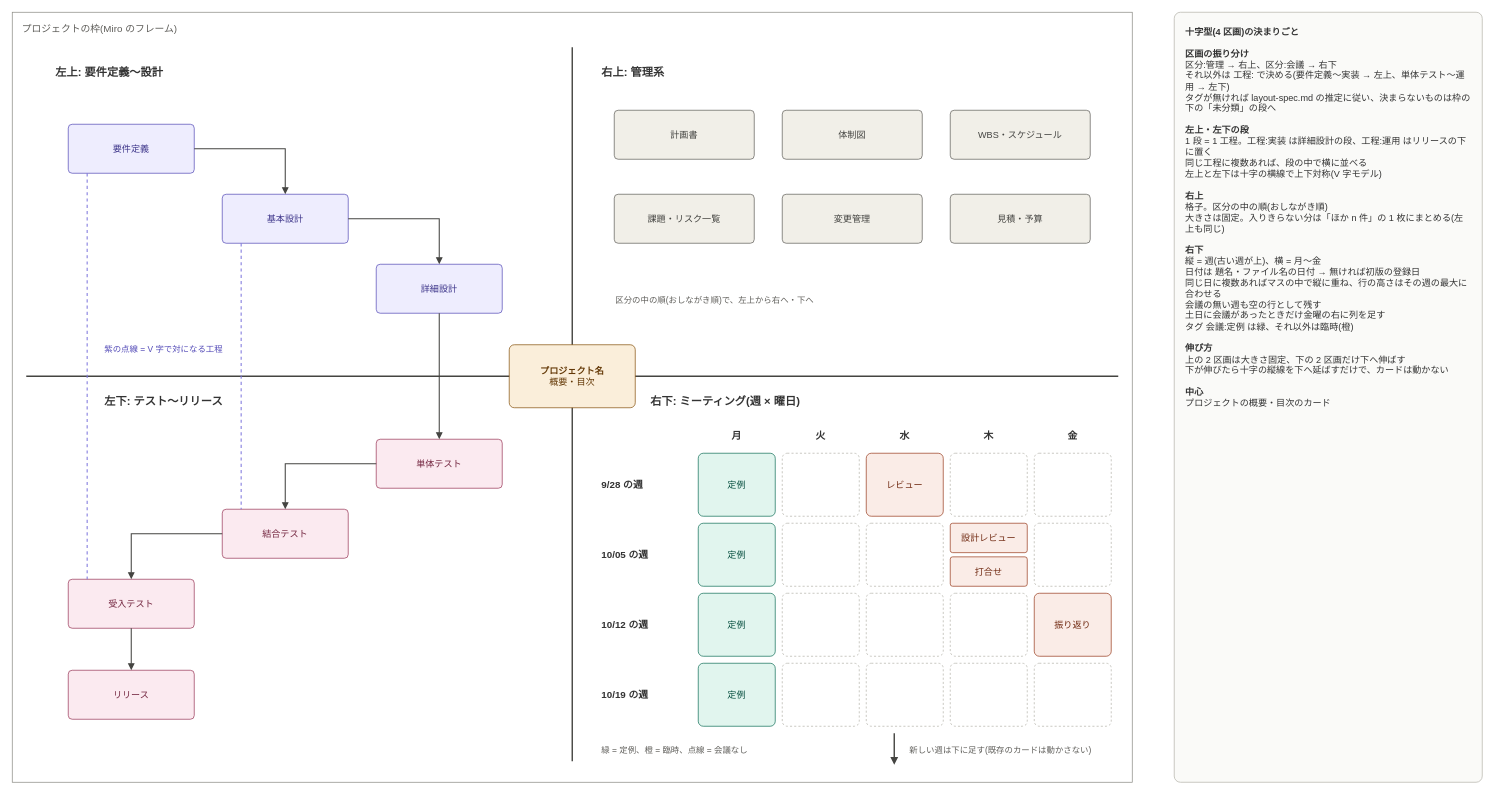
EARCE9000/document-manager keeps this draw.io diagram as page "採用: 十字型(4区画)" (4 of 12) of docs/miro-layouts/miro-layouts.drawio. Above is the earlier version. Source tidied: cells renumbered, new cells numbered last; positions are measured from the earlier drawing's top-left corner, leaving out a move shared by most shapes. Both pictures are drawn from the tidied source at 70%, with x=0, y=0 at pixel (12, 12).
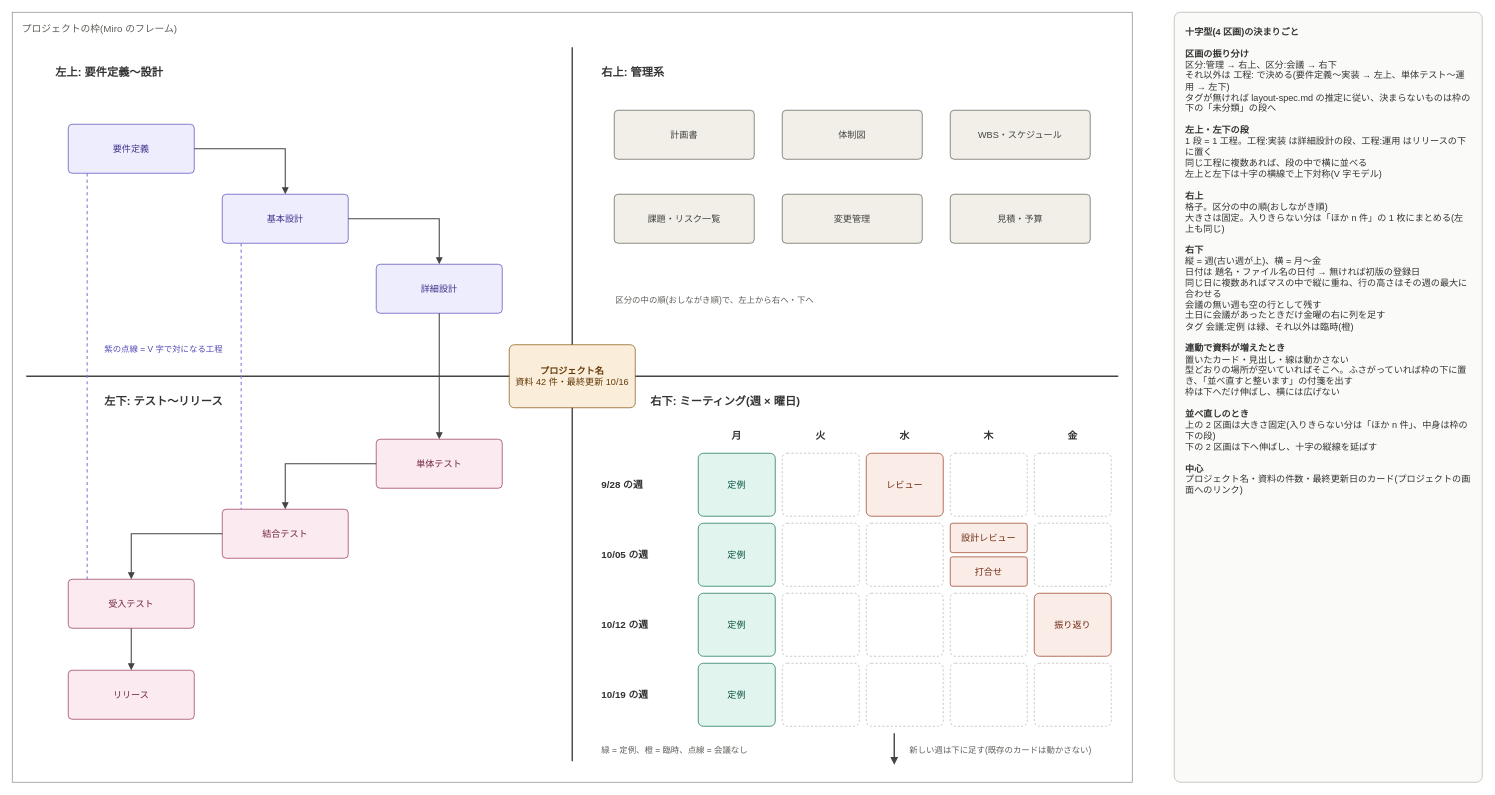
After the change.

What changed in the source:
```diff
@@
-    <mxCell id="65" value="&lt;b&gt;プロジェクト名&lt;/b&gt;&lt;br&gt;概要・目次" style="rounded=1;arcSize=8;whiteSpace=wrap;html=1;fillColor=#FAEEDA;strokeColor=#854F0B;fontColor=#633806;fontSize=13;" parent="1" vertex="1">
+    <mxCell id="65" value="&lt;b&gt;プロジェクト名&lt;/b&gt;&lt;br&gt;資料 42 件・最終更新 10/16" style="rounded=1;arcSize=8;whiteSpace=wrap;html=1;fillColor=#FAEEDA;strokeColor=#854F0B;fontColor=#633806;fontSize=13;" parent="1" vertex="1">
       <mxGeometry x="710" y="475" width="180" height="90" as="geometry" />
     </mxCell>
-    <mxCell id="66" value="&lt;b&gt;十字型(4 区画)の決まりごと&lt;/b&gt;&lt;br&gt;&lt;br&gt;&lt;b&gt;区画の振り分け&lt;/b&gt;&lt;br&gt;区分:管理 → 右上、区分:会議 → 右下&lt;br&gt;それ以外は 工程: で決める(要件定義〜実装 → 左上、単体テスト〜運用 → 左下)&lt;br&gt;タグが無ければ layout-spec.md の推定に従い、決まらないものは枠の下の「未分類」の段へ&lt;br&gt;&lt;br&gt;&lt;b&gt;左上・左下の段&lt;/b&gt;&lt;br&gt;1 段 = 1 工程。工程:実装 は詳細設計の段、工程:運用 はリリースの下に置く&lt;br&gt;同じ工程に複数あれば、段の中で横に並べる&lt;br&gt;左上と左下は十字の横線で上下対称(V 字モデル)&lt;br&gt;&lt;br&gt;&lt;b&gt;右上&lt;/b&gt;&lt;br&gt;格子。区分の中の順(おしながき順)&lt;br&gt;大きさは固定。入りきらない分は「ほか n 件」の 1 枚にまとめる(左上も同じ)&lt;br&gt;&lt;br&gt;&lt;b&gt;右下&lt;/b&gt;&lt;br&gt;縦 = 週(古い週が上)、横 = 月〜金&lt;br&gt;日付は 題名・ファイル名の日付 → 無ければ初版の登録日&lt;br&gt;同じ日に複数あればマスの中で縦に重ね、行の高さはその週の最大に合わせる&lt;br&gt;会議の無い週も空の行として残す&lt;br&gt;土日に会議があったときだけ金曜の右に列を足す&lt;br&gt;タグ 会議:定例 は緑、それ以外は臨時(橙)&lt;br&gt;&lt;br&gt;&lt;b&gt;伸び方&lt;/b&gt;&lt;br&gt;上の 2 区画は大きさ固定、下の 2 区画だけ下へ伸ばす&lt;br&gt;下が伸びたら十字の縦線を下へ延ばすだけで、カードは動かない&lt;br&gt;&lt;br&gt;&lt;b&gt;中心&lt;/b&gt;&lt;br&gt;プロジェクトの概要・目次のカード" style="rounded=1;arcSize=2;whiteSpace=wrap;html=1;align=left;verticalAlign=top;spacing=16;fillColor=#FAFAF8;strokeColor=#B4B2A9;fontSize=13;fontColor=#333333;" parent="1" vertex="1">
+    <mxCell id="66" value="&lt;b&gt;十字型(4 区画)の決まりごと&lt;/b&gt;&lt;br&gt;&lt;br&gt;&lt;b&gt;区画の振り分け&lt;/b&gt;&lt;br&gt;区分:管理 → 右上、区分:会議 → 右下&lt;br&gt;それ以外は 工程: で決める(要件定義〜実装 → 左上、単体テスト〜運用 → 左下)&lt;br&gt;タグが無ければ layout-spec.md の推定に従い、決まらないものは枠の下の「未分類」の段へ&lt;br&gt;&lt;br&gt;&lt;b&gt;左上・左下の段&lt;/b&gt;&lt;br&gt;1 段 = 1 工程。工程:実装 は詳細設計の段、工程:運用 はリリースの下に置く&lt;br&gt;同じ工程に複数あれば、段の中で横に並べる&lt;br&gt;左上と左下は十字の横線で上下対称(V 字モデル)&lt;br&gt;&lt;br&gt;&lt;b&gt;右上&lt;/b&gt;&lt;br&gt;格子。区分の中の順(おしながき順)&lt;br&gt;大きさは固定。入りきらない分は「ほか n 件」の 1 枚にまとめる(左上も同じ)&lt;br&gt;&lt;br&gt;&lt;b&gt;右下&lt;/b&gt;&lt;br&gt;縦 = 週(古い週が上)、横 = 月〜金&lt;br&gt;日付は 題名・ファイル名の日付 → 無ければ初版の登録日&lt;br&gt;同じ日に複数あればマスの中で縦に重ね、行の高さはその週の最大に合わせる&lt;br&gt;会議の無い週も空の行として残す&lt;br&gt;土日に会議があったときだけ金曜の右に列を足す&lt;br&gt;タグ 会議:定例 は緑、それ以外は臨時(橙)&lt;br&gt;&lt;br&gt;&lt;b&gt;連動で資料が増えたとき&lt;/b&gt;&lt;br&gt;置いたカード・見出し・線は動かさない&lt;br&gt;型どおりの場所が空いていればそこへ。ふさがっていれば枠の下に置き、「並べ直すと整います」の付箋を出す&lt;br&gt;枠は下へだけ伸ばし、横には広げない&lt;br&gt;&lt;br&gt;&lt;b&gt;並べ直しのとき&lt;/b&gt;&lt;br&gt;上の 2 区画は大きさ固定(入りきらない分は「ほか n 件」、中身は枠の下の段)&lt;br&gt;下の 2 区画は下へ伸ばし、十字の縦線を延ばす&lt;br&gt;&lt;br&gt;&lt;b&gt;中心&lt;/b&gt;&lt;br&gt;プロジェクト名・資料の件数・最終更新日のカード(プロジェクトの画面へのリンク)" style="rounded=1;arcSize=2;whiteSpace=wrap;html=1;align=left;verticalAlign=top;spacing=16;fillColor=#FAFAF8;strokeColor=#B4B2A9;fontSize=13;fontColor=#333333;" parent="1" vertex="1">
       <mxGeometry x="1660" width="440" height="1100" as="geometry" />
     </mxCell>
```
